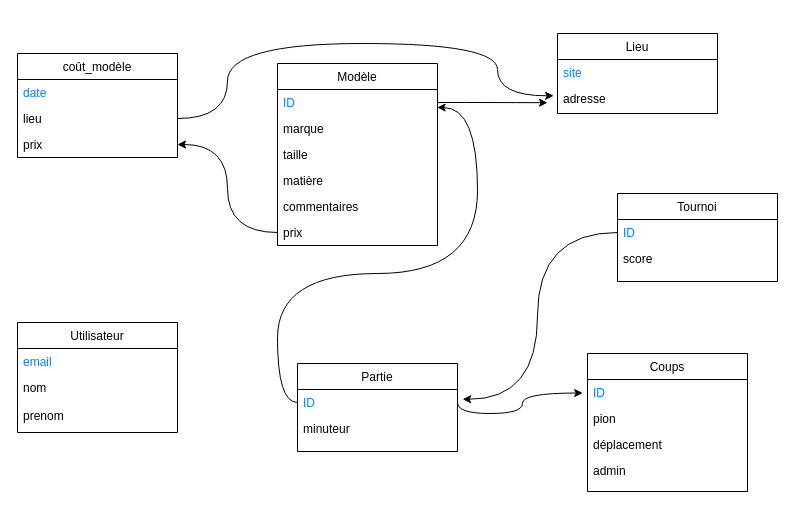
Before: Diagramme sans nom.drawio in Senku40k8/Schow7, a draw.io diagram. Source tidied: cells renumbered, new cells numbered last; positions are measured from the earlier drawing's top-left corner, leaving out a move shared by most shapes. Both pictures are drawn from the tidied source at 100%, with x=0, y=0 at pixel (17, 33).
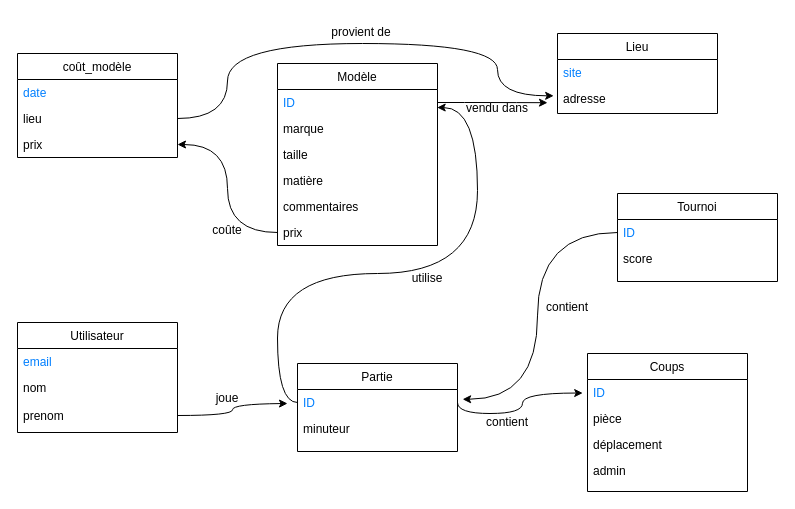
The same diagram, later.

Commit message:
Mettre à jour Diagramme sans nom.drawio

Unchanged cells that the change refers to:
```xml
<mxCell id="6" value="Utilisateur" style="swimlane;fontStyle=0;align=center;verticalAlign=top;horizontal=1;startSize=26;rounded=0;shadow=0;strokeWidth=1;" parent="1" vertex="1">
  <mxGeometry y="289" width="160" height="110" as="geometry" />
</mxCell>
<mxCell id="9" value="prenom" style="text;align=left;verticalAlign=top;spacingLeft=4;spacingRight=4;overflow=hidden;points=[[0,0.5],[1,0.5]];portConstraint=eastwest;fontColor=#000000;" parent="6" vertex="1">
  <mxGeometry y="80" width="160" height="26" as="geometry" />
</mxCell>
<mxCell id="24" value="Coups" style="swimlane;fontStyle=0;align=center;verticalAlign=top;horizontal=1;startSize=26;rounded=0;shadow=0;strokeWidth=1;" parent="1" vertex="1">
  <mxGeometry x="570" y="320" width="160" height="138" as="geometry" />
</mxCell>
```

Diff of the diagram source:
```diff
@@
+    <mxCell id="37" style="edgeStyle=orthogonalEdgeStyle;curved=1;rounded=0;jettySize=auto;html=1;exitX=1;exitY=0.5;exitDx=0;exitDy=0;" parent="6" edge="1" source="9">
+      <mxGeometry relative="1" as="geometry">
+        <mxPoint x="270" y="81" as="targetPoint" />
+      </mxGeometry>
+    </mxCell>
@@
-    <mxCell id="26" value="pion" style="text;align=left;verticalAlign=top;spacingLeft=4;spacingRight=4;overflow=hidden;rounded=0;shadow=0;html=0;" parent="24" vertex="1">
+    <mxCell id="26" value="pièce" style="text;align=left;verticalAlign=top;spacingLeft=4;spacingRight=4;overflow=hidden;rounded=0;shadow=0;html=0;" parent="24" vertex="1">
       <mxGeometry y="52" width="160" height="26" as="geometry" />
     </mxCell>
@@
+    <mxCell id="38" value="vendu dans" style="text;strokeColor=none;align=center;fillColor=none;html=1;verticalAlign=middle;whiteSpace=wrap;rounded=0;" parent="1" vertex="1">
+      <mxGeometry x="440" y="60" width="80" height="30" as="geometry" />
+    </mxCell>
+    <mxCell id="39" value="provient de" style="text;strokeColor=none;align=center;fillColor=none;html=1;verticalAlign=middle;whiteSpace=wrap;rounded=0;" parent="1" vertex="1">
+      <mxGeometry x="304" y="-16" width="80" height="30" as="geometry" />
+    </mxCell>
+    <mxCell id="40" value="coûte" style="text;strokeColor=none;align=center;fillColor=none;html=1;verticalAlign=middle;whiteSpace=wrap;rounded=0;" parent="1" vertex="1">
+      <mxGeometry x="170" y="182" width="80" height="30" as="geometry" />
+    </mxCell>
+    <mxCell id="41" value="utilise" style="text;strokeColor=none;align=center;fillColor=none;html=1;verticalAlign=middle;whiteSpace=wrap;rounded=0;" parent="1" vertex="1">
+      <mxGeometry x="370" y="230" width="80" height="30" as="geometry" />
+    </mxCell>
+    <mxCell id="42" value="joue" style="text;strokeColor=none;align=center;fillColor=none;html=1;verticalAlign=middle;whiteSpace=wrap;rounded=0;" parent="1" vertex="1">
+      <mxGeometry x="170" y="350" width="80" height="30" as="geometry" />
+    </mxCell>
+    <mxCell id="43" value="contient" style="text;strokeColor=none;align=center;fillColor=none;html=1;verticalAlign=middle;whiteSpace=wrap;rounded=0;" parent="1" vertex="1">
+      <mxGeometry x="450" y="374" width="80" height="30" as="geometry" />
+    </mxCell>
+    <mxCell id="44" value="contient" style="text;strokeColor=none;align=center;fillColor=none;html=1;verticalAlign=middle;whiteSpace=wrap;rounded=0;" parent="1" vertex="1">
+      <mxGeometry x="510" y="259" width="80" height="30" as="geometry" />
+    </mxCell>
```
